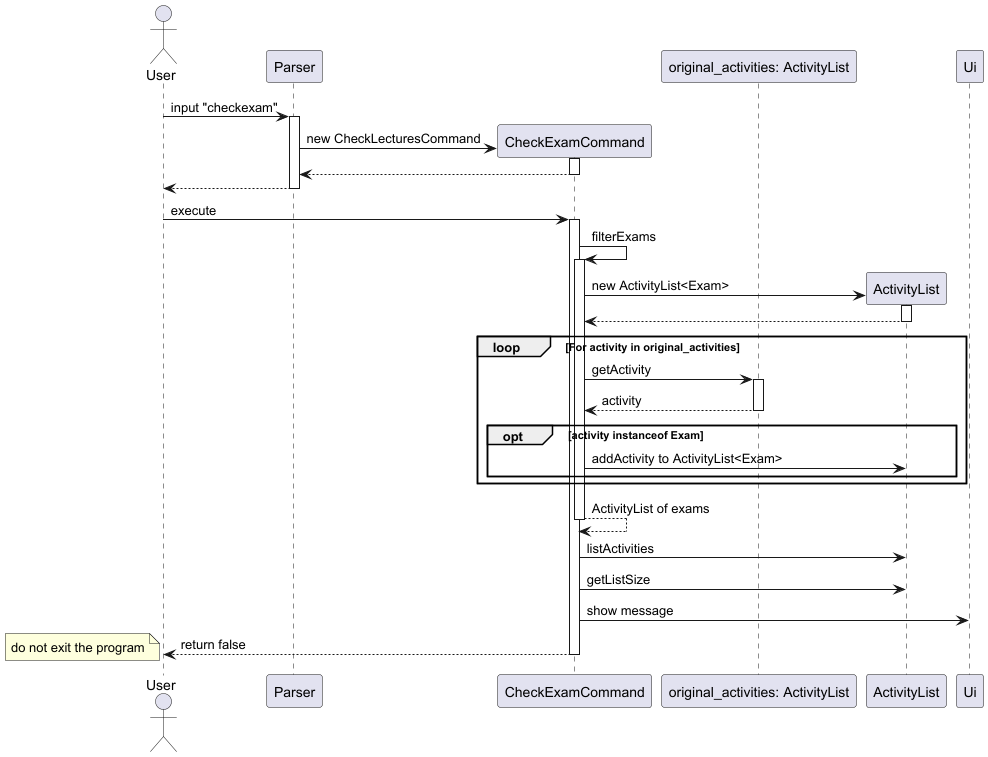
Earlier version of the PlantUML export docs/images/checkExam_sequence.png (Kennahh/tp). Source of this version:
```plantuml
@startuml
Actor User
participant Parser
participant CheckExamCommand
participant "original_activities: ActivityList" as original_list
participant ActivityList
participant Ui

User -> Parser: input "checkexam"
activate Parser
create CheckExamCommand
Parser -> CheckExamCommand:new CheckLecturesCommand
activate CheckExamCommand
CheckExamCommand --> Parser
deactivate CheckExamCommand
Parser --> User
deactivate Parser

User -> CheckExamCommand: execute
activate CheckExamCommand
CheckExamCommand -> CheckExamCommand: filterExams
activate CheckExamCommand
create ActivityList
CheckExamCommand -> ActivityList: new ActivityList<Exam>
activate ActivityList
ActivityList --> CheckExamCommand
deactivate ActivityList

loop For activity in original_activities
    CheckExamCommand -> original_list: getActivity
    activate original_list
    original_list --> CheckExamCommand: activity
    deactivate original_list
    opt activity instanceof Exam
        CheckExamCommand -> ActivityList: addActivity to ActivityList<Exam>
    end
end
CheckExamCommand --> CheckExamCommand: ActivityList of exams
deactivate CheckExamCommand
CheckExamCommand -> ActivityList: listActivities
CheckExamCommand -> ActivityList: getListSize
CheckExamCommand -> Ui: show message
CheckExamCommand --> User: return false
note left: do not exit the program
deactivate CheckExamCommand

@enduml
```
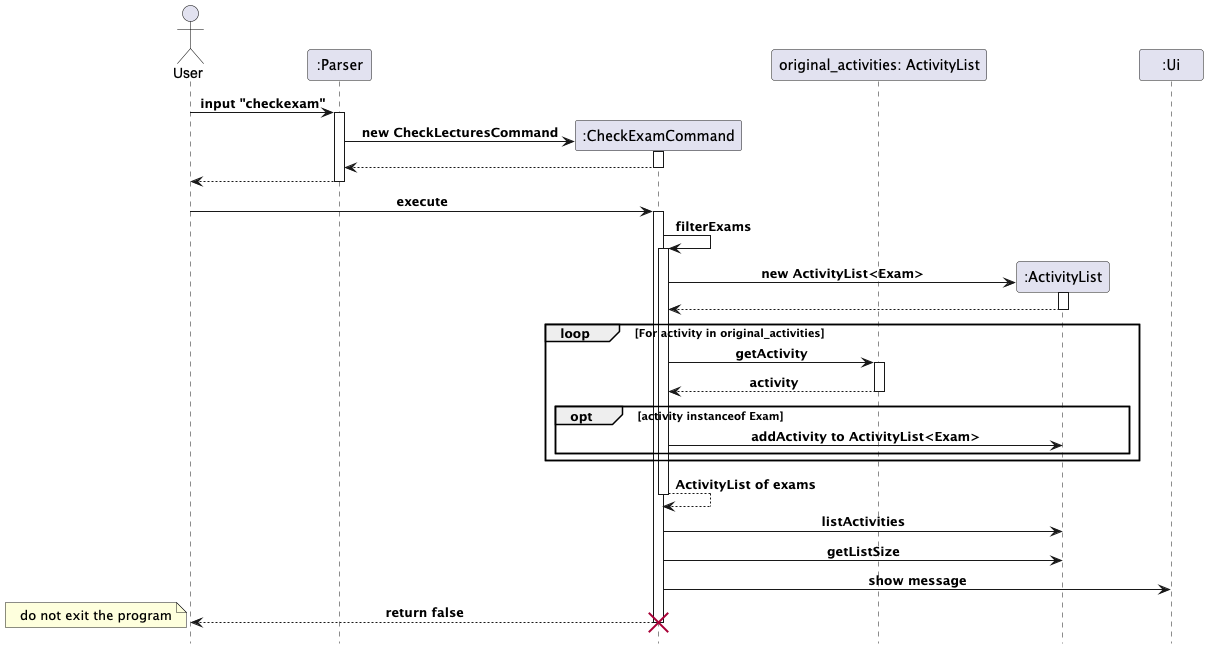
The same file after the commit.

Change to the diagram source:
```diff
@@ -1,10 +1,11 @@
 @startuml
+!include style.puml
 Actor User
-participant Parser
-participant CheckExamCommand
+participant Parser as ":Parser"
+participant CheckExamCommand as ":CheckExamCommand"
 participant "original_activities: ActivityList" as original_list
-participant ActivityList
-participant Ui
+participant ActivityList as ":ActivityList"
+participant Ui as ":Ui"
 
 User -> Parser: input "checkexam"
 activate Parser
@@ -41,6 +42,7 @@
 CheckExamCommand -> ActivityList: getListSize
 CheckExamCommand -> Ui: show message
 CheckExamCommand --> User: return false
+destroy CheckExamCommand
 note left: do not exit the program
 deactivate CheckExamCommand
 
```
